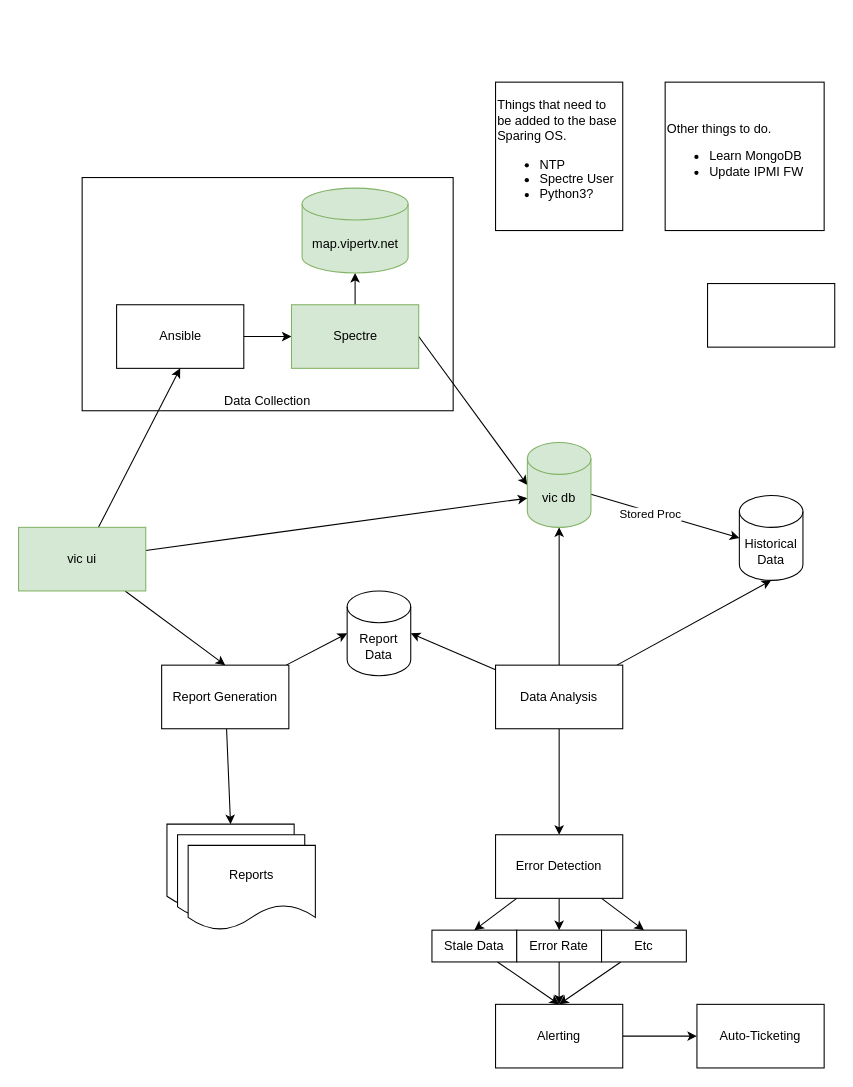
The draw.io diagram page "Page-1" (1 of 2) of Sparing.drawio in marcusspain/drawings, before the edit. Source tidied: cells renumbered, new cells numbered last; positions are measured from the earlier drawing's top-left corner, leaving out a move shared by most shapes. Both pictures are drawn from the tidied source at 106%, with x=0, y=0 at pixel (18, 82).
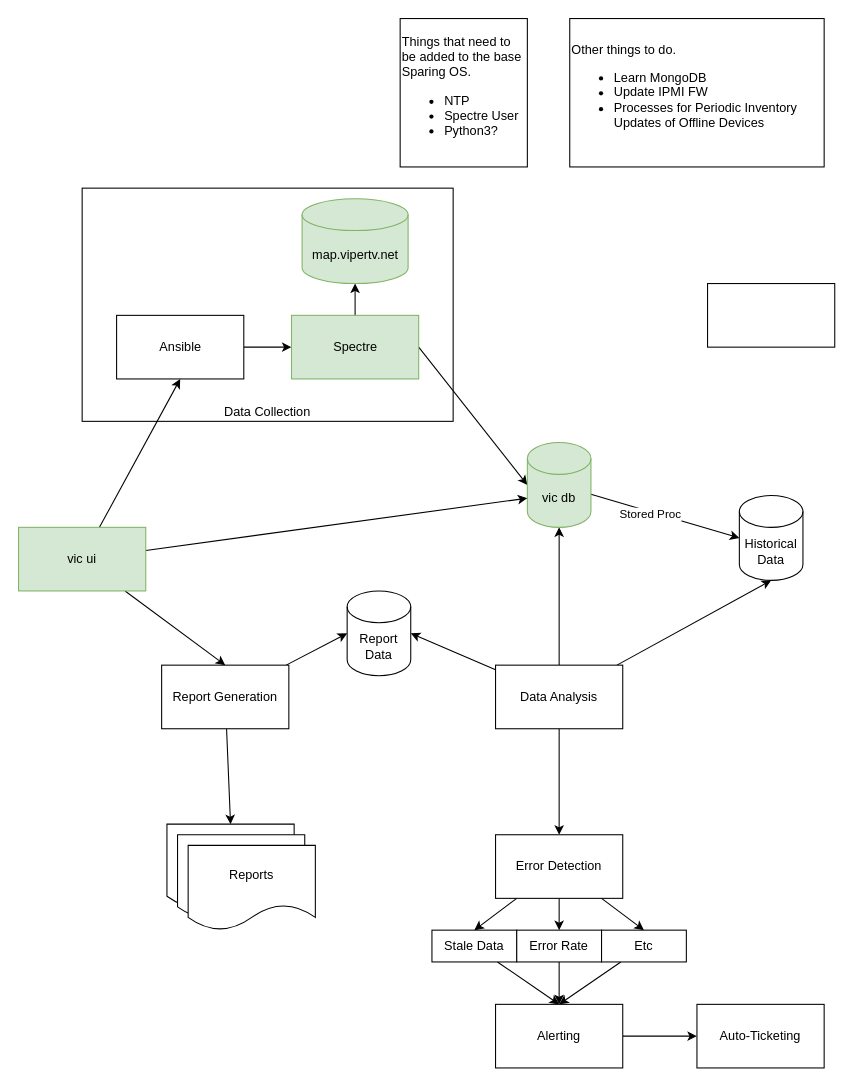
The same diagram, later.

What changed in the source:
```diff
@@
     <mxCell id="2" value="&lt;br&gt;&lt;br&gt;&lt;br&gt;&lt;br&gt;&lt;br&gt;&lt;br&gt;&lt;br&gt;&lt;br&gt;&lt;br&gt;&lt;br&gt;&lt;br&gt;&lt;br&gt;&lt;br&gt;&lt;br&gt;Data Collection" style="rounded=0;whiteSpace=wrap;html=1;align=center;" parent="1" vertex="1">
-      <mxGeometry x="60" y="90" width="350" height="220" as="geometry" />
+      <mxGeometry x="60" y="100" width="350" height="220" as="geometry" />
     </mxCell>
@@
     <mxCell id="24" value="Ansible" style="rounded=0;whiteSpace=wrap;html=1;" parent="1" vertex="1">
-      <mxGeometry x="92.5" y="210" width="120" height="60" as="geometry" />
+      <mxGeometry x="92.5" y="220" width="120" height="60" as="geometry" />
     </mxCell>
@@
     <mxCell id="27" value="Spectre" style="rounded=0;whiteSpace=wrap;html=1;fillColor=#d5e8d4;strokeColor=#82b366;" parent="1" vertex="1">
-      <mxGeometry x="257.5" y="210" width="120" height="60" as="geometry" />
+      <mxGeometry x="257.5" y="220" width="120" height="60" as="geometry" />
     </mxCell>
     <mxCell id="28" value="&lt;div&gt;Things that need to be added to the base Sparing OS.&lt;/div&gt;&lt;ul&gt;&lt;li&gt;NTP&lt;/li&gt;&lt;li&gt;Spectre User&lt;/li&gt;&lt;li&gt;Python3?&lt;/li&gt;&lt;/ul&gt;" style="rounded=0;whiteSpace=wrap;html=1;align=left;" parent="1" vertex="1">
-      <mxGeometry x="450" width="120" height="140" as="geometry" />
+      <mxGeometry x="360" y="-60" width="120" height="140" as="geometry" />
     </mxCell>
-    <mxCell id="29" value="Other things to do.&lt;br&gt;&lt;ul&gt;&lt;li&gt;Learn MongoDB&lt;/li&gt;&lt;li&gt;Update IPMI FW&lt;/li&gt;&lt;/ul&gt;" style="rounded=0;whiteSpace=wrap;html=1;align=left;" parent="1" vertex="1">
-      <mxGeometry x="610" width="150" height="140" as="geometry" />
+    <mxCell id="29" value="Other things to do.&lt;br&gt;&lt;ul&gt;&lt;li&gt;Learn MongoDB&lt;/li&gt;&lt;li&gt;Update IPMI FW&lt;/li&gt;&lt;li&gt;Processes for Periodic Inventory Updates of Offline Devices&lt;/li&gt;&lt;/ul&gt;" style="rounded=0;whiteSpace=wrap;html=1;align=left;" parent="1" vertex="1">
+      <mxGeometry x="520" y="-60" width="240" height="140" as="geometry" />
     </mxCell>
@@
     <mxCell id="39" value="map.vipertv.net" style="shape=cylinder3;whiteSpace=wrap;html=1;boundedLbl=1;backgroundOutline=1;size=15;fillColor=#d5e8d4;strokeColor=#82b366;" parent="1" vertex="1">
-      <mxGeometry x="267.5" y="100" width="100" height="80" as="geometry" />
+      <mxGeometry x="267.5" y="110" width="100" height="80" as="geometry" />
     </mxCell>
```
